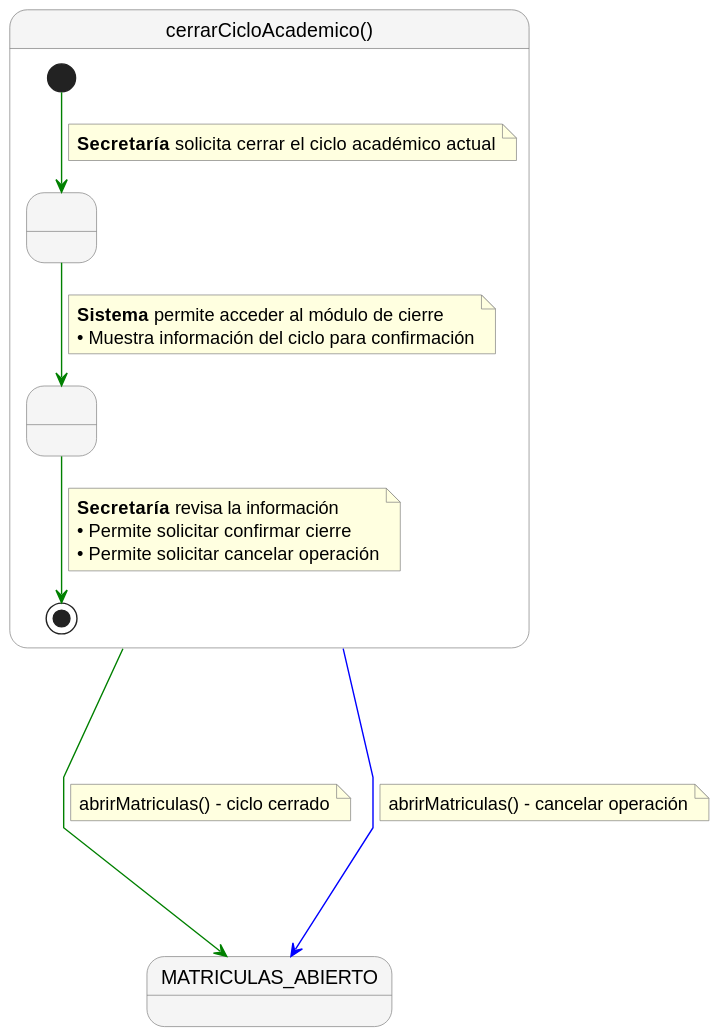
Above: documents/requisitado/02-detalle/Secretaria/cerrarCicloAcademico.svg in jerdier/25-26-idsw2-sdVC (PlantUML), before the change.
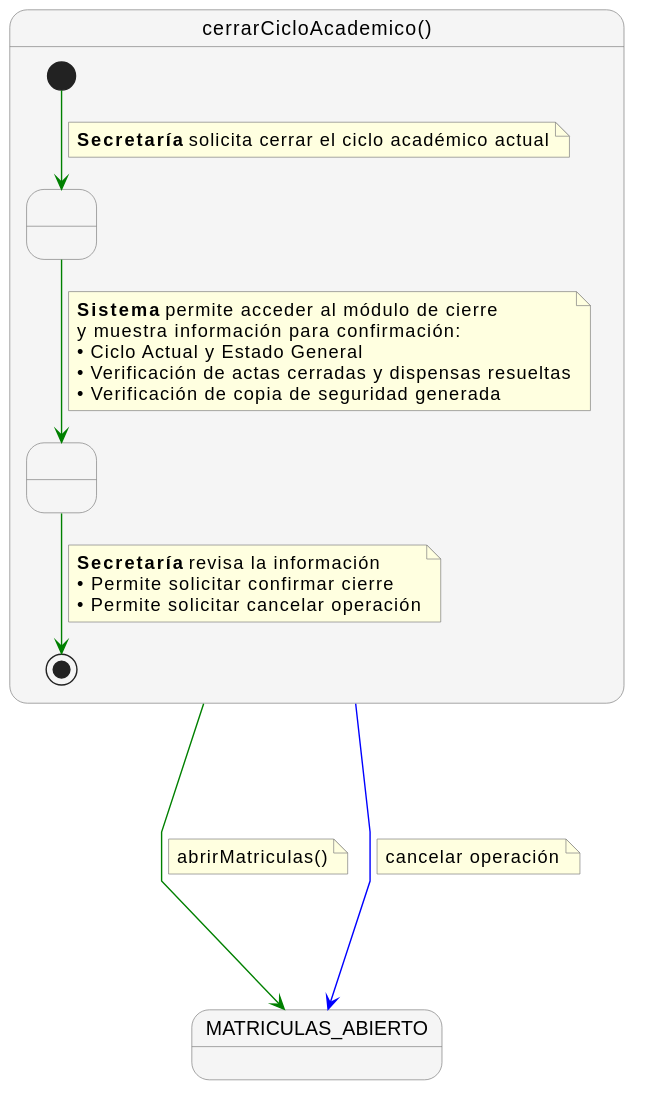
Above is the later version.

Diff of the diagram source:
```diff
@@ -20,7 +20,10 @@
     Paso1 -[#green]-> Paso2
     note on link
       <b>Sistema</b> permite acceder al módulo de cierre
-      • Muestra información del ciclo para confirmación
+      y muestra información para confirmación:
+      • Ciclo Actual y Estado General
+      • Verificación de actas cerradas y dispensas resueltas
+      • Verificación de copia de seguridad generada
     end note
 
     Paso2 -[#green]-> [*]
@@ -35,11 +38,11 @@
 
 cerrarCicloAcademico -[#green]---> MATRICULAS_ABIERTO
 note right on link
-  abrirMatriculas() - ciclo cerrado
+  abrirMatriculas()
 end note
 
 cerrarCicloAcademico -[#blue]---> MATRICULAS_ABIERTO
 note right on link
-  abrirMatriculas() - cancelar operación
+  cancelar operación
 end note
 @enduml
```
